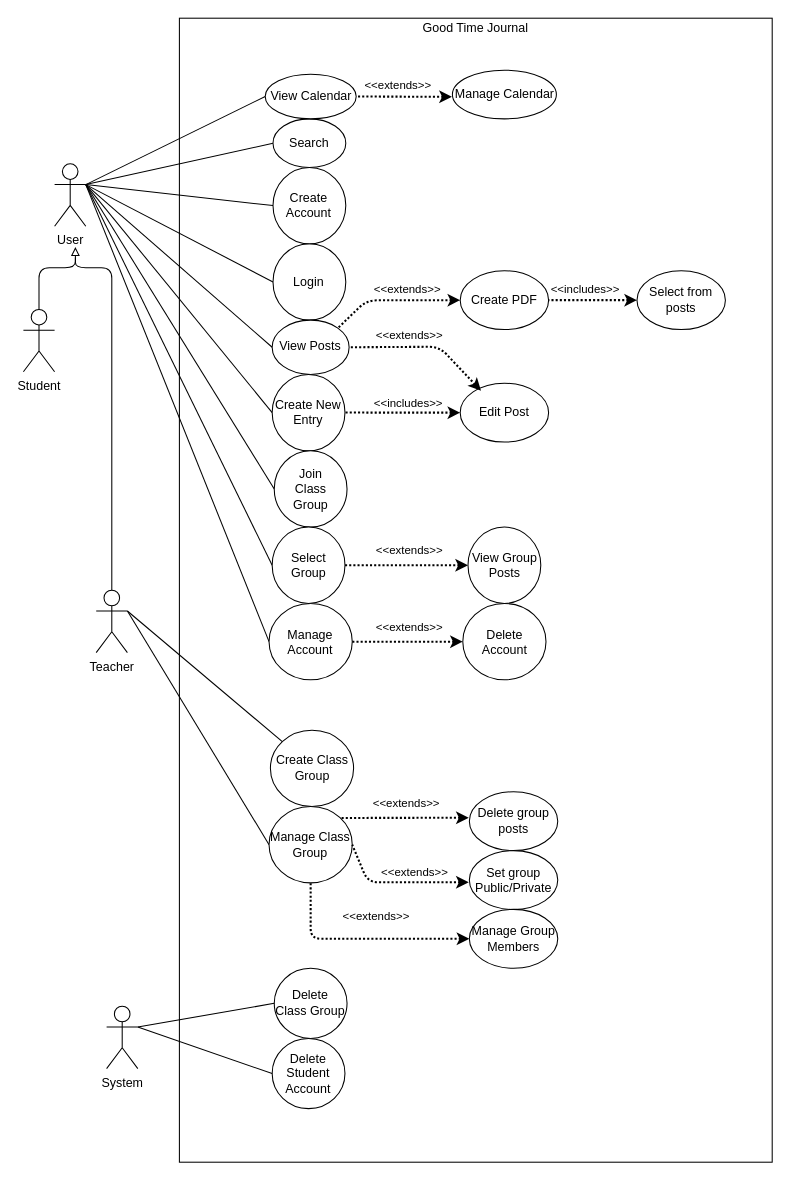
The draw.io diagram UseCase.drawio in VadathHeilsang/430DreamTeam, before the edit. Source tidied: cells renumbered, new cells numbered last; positions are measured from the earlier drawing's top-left corner, leaving out a move shared by most shapes. Both pictures are drawn from the tidied source at 104%, with x=0, y=0 at pixel (23, 18).
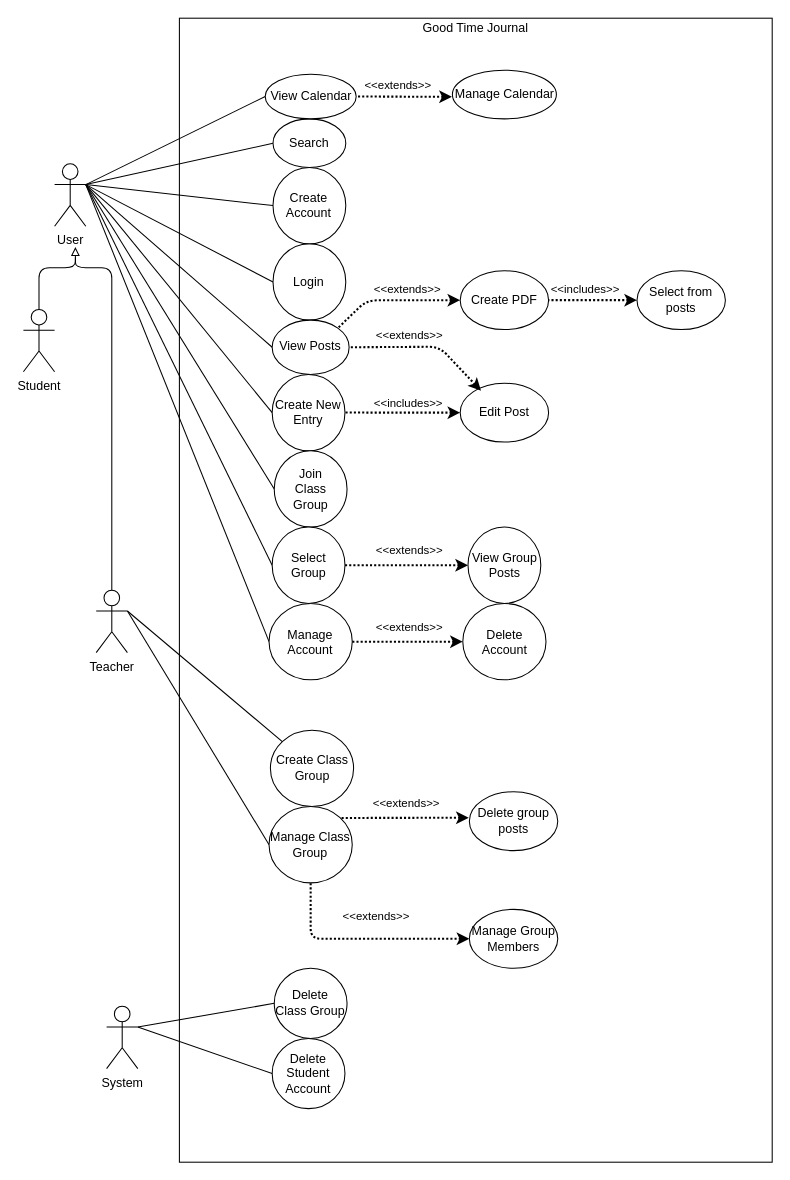
Above is the later version.

The change refers to these unchanged cells:
```xml
<mxCell id="52" value="Manage Class Group" style="ellipse;whiteSpace=wrap;html=1;" parent="1" vertex="1">
  <mxGeometry x="236.2" y="758" width="80" height="73.4" as="geometry" />
</mxCell>
```

What changed in the source:
```diff
@@
-    <mxCell id="54" value="Set group Public/Private" style="ellipse;whiteSpace=wrap;html=1;" parent="1" vertex="1">
-      <mxGeometry x="428.8" y="800.4" width="85" height="56.6" as="geometry" />
-    </mxCell>
@@
-    <mxCell id="58" value="&amp;lt;&amp;lt;extends&amp;gt;&amp;gt;" style="endArrow=none;html=1;strokeWidth=2;startArrow=classic;startFill=1;dashed=1;dashPattern=1 1;entryX=1;entryY=0.5;entryDx=0;entryDy=0;" parent="1" edge="1" target="52">
-      <mxGeometry x="-0.24" y="-10" relative="1" as="geometry">
-        <mxPoint x="428.2" y="830.8" as="sourcePoint" />
-        <Array as="points">
-          <mxPoint x="331.2" y="830.8" />
-        </Array>
-      </mxGeometry>
-    </mxCell>
```
